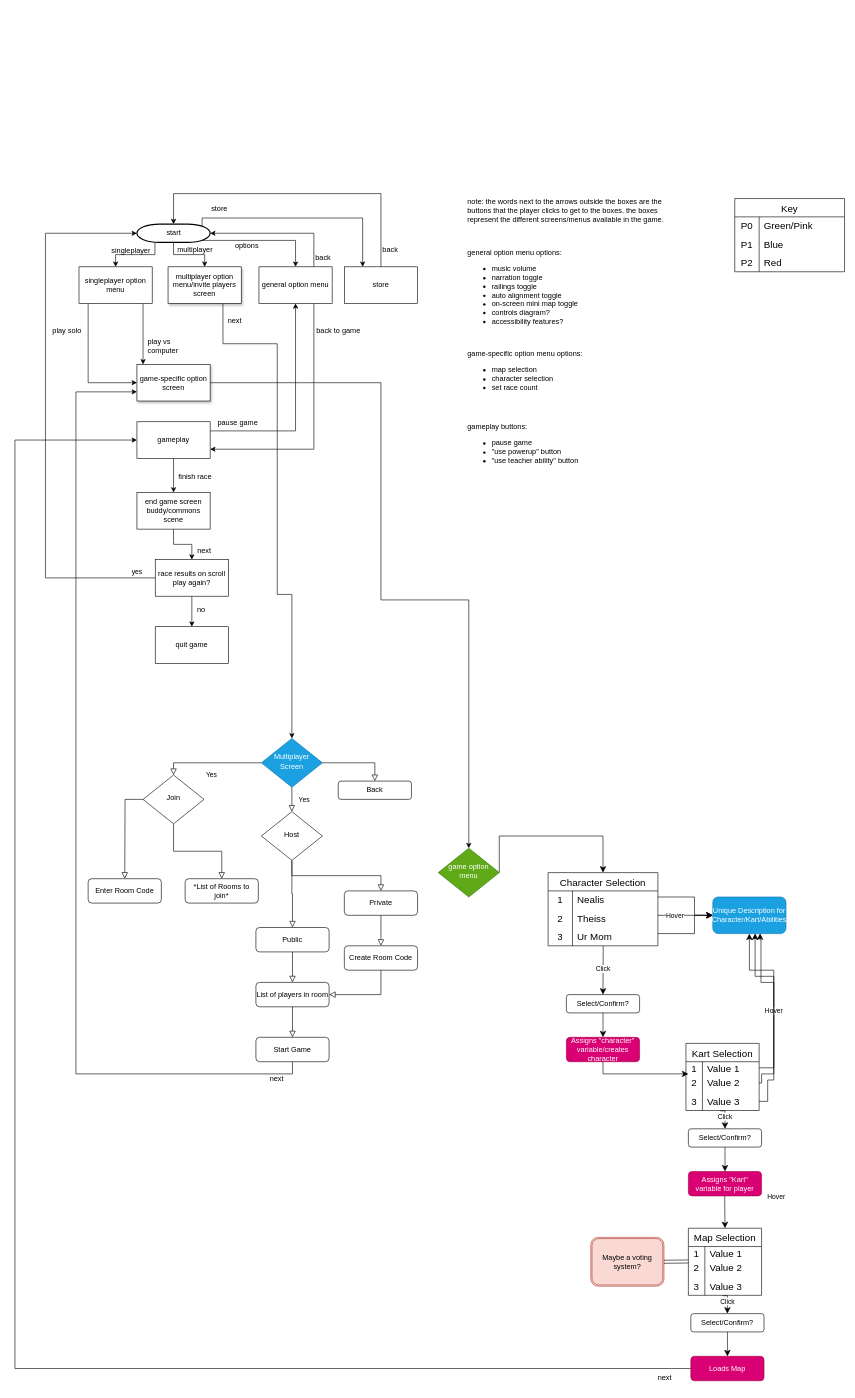
sozalpasan1/HWKartKlash keeps this draw.io diagram as documentation/TechSpecs/LayoutUIDesign.drawio. Above is the earlier version. Source tidied: cells renumbered, new cells numbered last; positions are measured from the earlier drawing's top-left corner, leaving out a move shared by most shapes. Both pictures are drawn from the tidied source at 61%, with x=0, y=0 at pixel (15, 193).
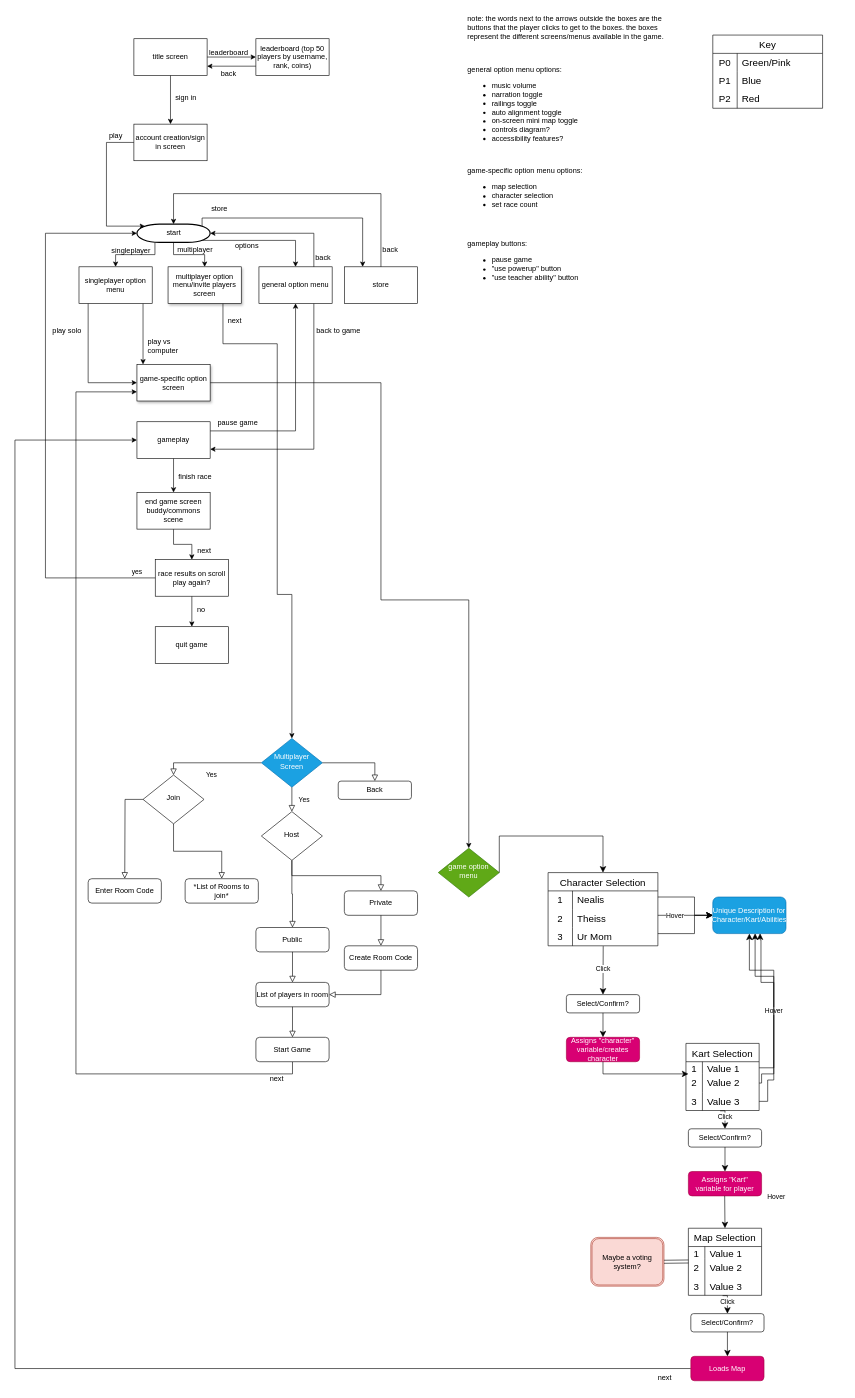
After the change.

Commit message (it also covers changes not shown here):
integrated olivia's ideas

Unchanged cells that the change refers to:
```xml
<mxCell id="6" value="start" style="shape=mxgraph.flowchart.terminator;strokeWidth=2;gradientColor=none;gradientDirection=north;fontStyle=0;html=1;" parent="1" vertex="1">
  <mxGeometry x="200" y="49.9" width="120" height="30" as="geometry" />
</mxCell>
```

Change to the diagram source:
```diff
@@
     <mxCell id="7" value="note: the words next to the arrows outside the boxes are the&lt;div&gt;buttons that the player clicks to get to the boxes. the boxes&lt;/div&gt;&lt;div&gt;represent the different screens/menus available in the game.&lt;/div&gt;" style="text;fontStyle=0;html=1;strokeColor=none;gradientColor=none;fillColor=none;strokeWidth=2;" parent="1" vertex="1">
-      <mxGeometry x="740" width="330" height="56" as="geometry" />
+      <mxGeometry x="740" y="-300" width="330" height="56" as="geometry" />
     </mxCell>
@@
     <mxCell id="38" value="general option menu options:&lt;div&gt;&lt;ul&gt;&lt;li&gt;music volume&lt;/li&gt;&lt;li&gt;narration toggle&lt;/li&gt;&lt;li&gt;railings toggle&lt;/li&gt;&lt;li&gt;auto alignment toggle&lt;/li&gt;&lt;li&gt;on-screen mini map toggle&lt;/li&gt;&lt;li&gt;controls diagram?&lt;/li&gt;&lt;li&gt;accessibility features?&lt;/li&gt;&lt;/ul&gt;&lt;/div&gt;" style="text;html=1;align=left;verticalAlign=middle;strokeColor=none;fillColor=none;" parent="1" vertex="1">
-      <mxGeometry x="740" y="84" width="200" height="150" as="geometry" />
+      <mxGeometry x="740" y="-216" width="200" height="150" as="geometry" />
     </mxCell>
     <mxCell id="39" value="gameplay buttons:&lt;div&gt;&lt;ul&gt;&lt;li&gt;pause game&lt;/li&gt;&lt;li&gt;&quot;use powerup&quot; button&lt;/li&gt;&lt;li&gt;&quot;use teacher ability&quot; button&lt;/li&gt;&lt;/ul&gt;&lt;/div&gt;" style="text;html=1;align=left;verticalAlign=middle;strokeColor=none;fillColor=none;" parent="1" vertex="1">
-      <mxGeometry x="740" y="366" width="210" height="100" as="geometry" />
+      <mxGeometry x="740" y="66" width="210" height="100" as="geometry" />
     </mxCell>
     <mxCell id="40" value="game-specific option menu options:&lt;div&gt;&lt;ul&gt;&lt;li&gt;map selection&lt;/li&gt;&lt;li&gt;character selection&lt;/li&gt;&lt;li&gt;set race count&lt;/li&gt;&lt;/ul&gt;&lt;/div&gt;" style="text;html=1;align=left;verticalAlign=middle;strokeColor=none;fillColor=none;" parent="1" vertex="1">
-      <mxGeometry x="740" y="246" width="210" height="100" as="geometry" />
+      <mxGeometry x="740" y="-54" width="210" height="100" as="geometry" />
     </mxCell>
@@
     <mxCell id="102" value="Key" style="shape=table;startSize=30;childLayout=tableLayout;rowLines=0;fontStyle=0;strokeColor=default;fontSize=16;" parent="1" vertex="1">
-      <mxGeometry x="1180" y="8" width="180" height="120" as="geometry" />
+      <mxGeometry x="1144" y="-260" width="180" height="120" as="geometry" />
     </mxCell>
@@
+    <mxCell id="144" style="edgeStyle=orthogonalEdgeStyle;rounded=0;jettySize=auto;html=1;" parent="1" edge="1" source="147" target="148">
+      <mxGeometry relative="1" as="geometry" />
+    </mxCell>
+    <mxCell id="145" style="edgeStyle=orthogonalEdgeStyle;rounded=0;jettySize=auto;html=1;" parent="1" edge="1" source="147" target="150">
+      <mxGeometry relative="1" as="geometry" />
+    </mxCell>
+    <mxCell id="146" style="edgeStyle=orthogonalEdgeStyle;rounded=0;jettySize=auto;html=1;exitX=0;exitY=0.5;exitDx=0;exitDy=0;entryX=0.11;entryY=0.11;entryDx=0;entryDy=0;entryPerimeter=0;" parent="1" edge="1" source="148" target="6">
+      <mxGeometry relative="1" as="geometry">
+        <Array as="points">
+          <mxPoint x="150" y="-84" />
+          <mxPoint x="150" y="53" />
+        </Array>
+      </mxGeometry>
+    </mxCell>
+    <mxCell id="147" value="title screen" style="rounded=0;whiteSpace=wrap;html=1;" parent="1" vertex="1">
+      <mxGeometry x="195" y="-254" width="120" height="60" as="geometry" />
+    </mxCell>
+    <mxCell id="148" value="account creation/sign in screen" style="whiteSpace=wrap;html=1;rounded=0;" parent="1" vertex="1">
+      <mxGeometry x="195" y="-114" width="120" height="60" as="geometry" />
+    </mxCell>
+    <mxCell id="149" style="edgeStyle=orthogonalEdgeStyle;rounded=0;jettySize=auto;html=1;exitX=0;exitY=0.75;exitDx=0;exitDy=0;entryX=1;entryY=0.75;entryDx=0;entryDy=0;" parent="1" edge="1" source="150" target="147">
+      <mxGeometry relative="1" as="geometry" />
+    </mxCell>
+    <mxCell id="150" value="leaderboard (top 50 players by username, rank, coins)" style="whiteSpace=wrap;html=1;rounded=0;" parent="1" vertex="1">
+      <mxGeometry x="395" y="-254" width="120" height="60" as="geometry" />
+    </mxCell>
+    <mxCell id="151" value="play" style="text;html=1;align=center;verticalAlign=middle;strokeColor=none;fillColor=none;" parent="1" vertex="1">
+      <mxGeometry x="140" y="-110" width="50" height="30" as="geometry" />
+    </mxCell>
+    <mxCell id="152" value="leaderboard" style="text;html=1;align=center;verticalAlign=middle;strokeColor=none;fillColor=none;" parent="1" vertex="1">
+      <mxGeometry x="305" y="-246" width="90" height="30" as="geometry" />
+    </mxCell>
+    <mxCell id="153" value="sign in" style="text;html=1;align=center;verticalAlign=middle;strokeColor=none;fillColor=none;" parent="1" vertex="1">
+      <mxGeometry x="250" y="-172" width="60" height="30" as="geometry" />
+    </mxCell>
+    <mxCell id="154" value="back" style="text;html=1;align=center;verticalAlign=middle;strokeColor=none;fillColor=none;" parent="1" vertex="1">
+      <mxGeometry x="325" y="-212" width="50" height="30" as="geometry" />
+    </mxCell>
```
